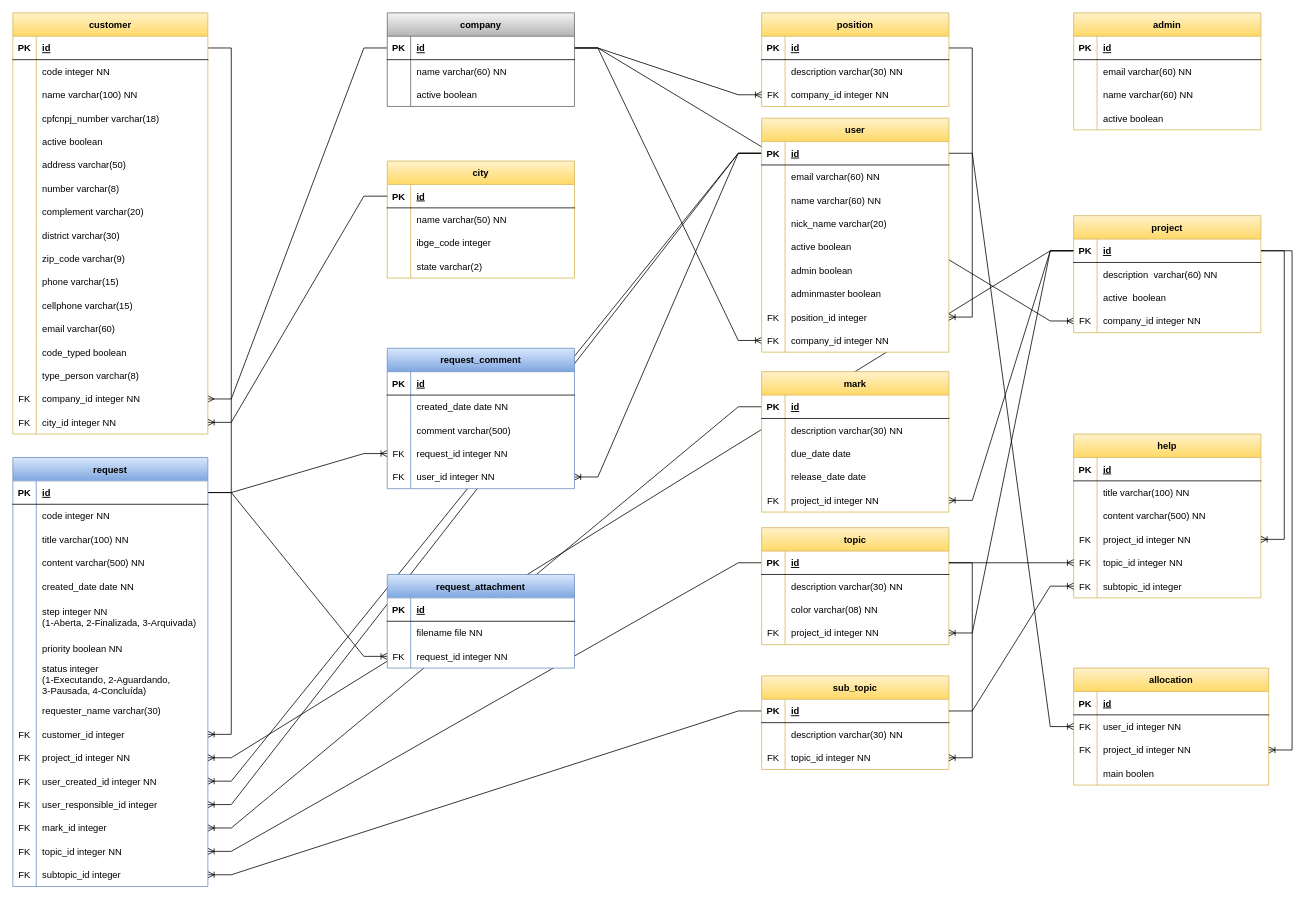
The draw.io diagram lib/docs/Entidades.drawio in edsoncosta-br/sfhelpdesk, before the edit. Source tidied: cells renumbered, new cells numbered last; positions are measured from the earlier drawing's top-left corner, leaving out a move shared by most shapes. Both pictures are drawn from the tidied source at 78%, with x=0, y=0 at pixel (12, 12).
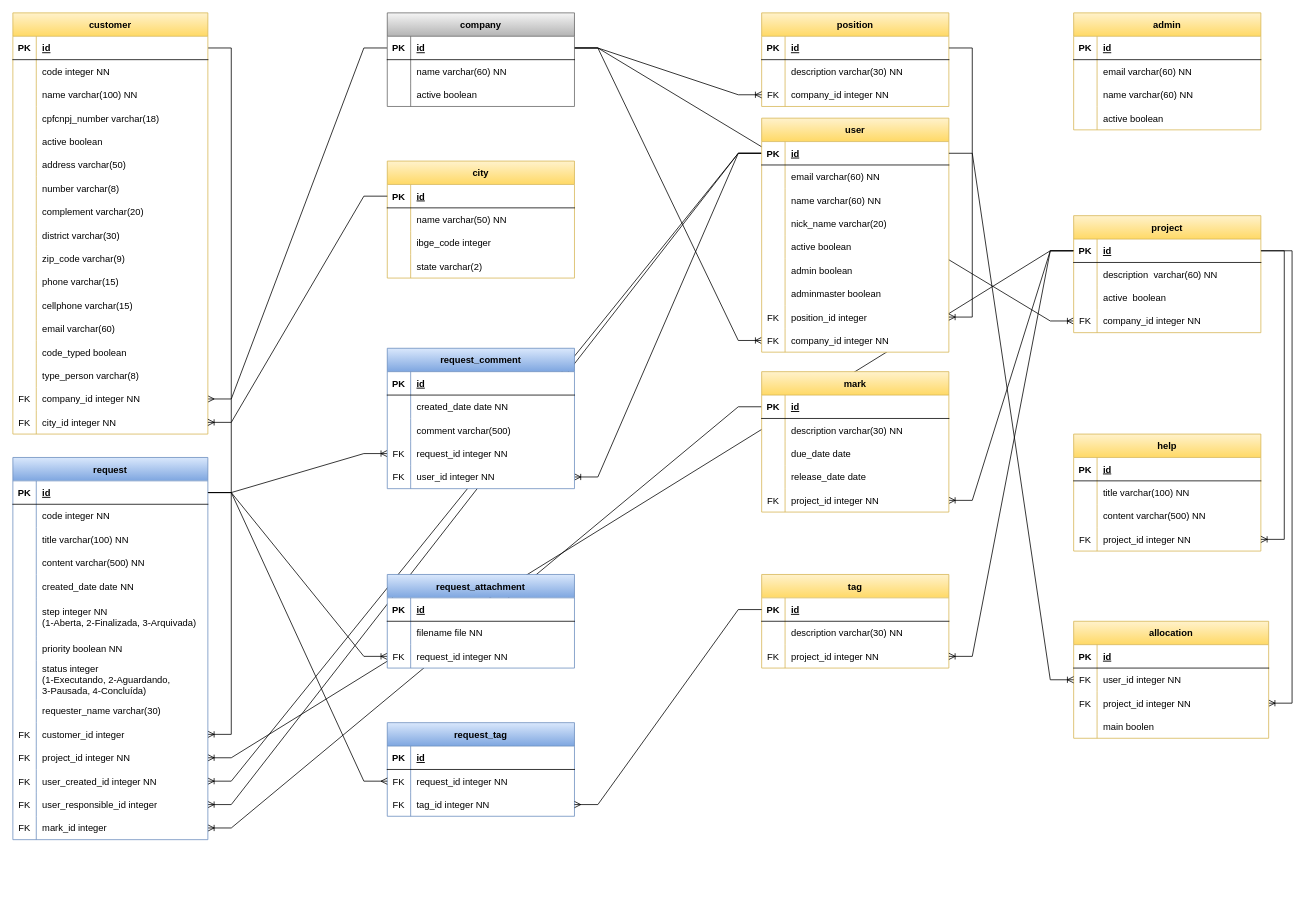
Above is the later version.

Unchanged cells that the change refers to:
```xml
<mxCell id="111" style="shape=tableRow;horizontal=0;startSize=0;swimlaneHead=0;swimlaneBody=0;fillColor=none;points=[[0,0.5],[1,0.5]];portConstraint=eastwest;top=0;left=0;right=0;bottom=1;" parent="110" vertex="1">
  <mxGeometry y="30" width="240" height="30" as="geometry" />
</mxCell>
<mxCell id="140" style="shape=tableRow;horizontal=0;startSize=0;swimlaneHead=0;swimlaneBody=0;fillColor=none;points=[[0,0.5],[1,0.5]];portConstraint=eastwest;top=0;left=0;right=0;bottom=1;" parent="139" vertex="1">
  <mxGeometry y="30" width="250" height="30" as="geometry" />
</mxCell>
<mxCell id="236" style="shape=tableRow;horizontal=0;startSize=0;swimlaneHead=0;swimlaneBody=0;fillColor=none;points=[[0,0.5],[1,0.5]];portConstraint=eastwest;top=0;left=0;right=0;bottom=0;" parent="229" vertex="1">
  <mxGeometry y="90" width="240" height="30" as="geometry" />
</mxCell>
<mxCell id="241" style="shape=tableRow;horizontal=0;startSize=0;swimlaneHead=0;swimlaneBody=0;fillColor=none;points=[[0,0.5],[1,0.5]];portConstraint=eastwest;top=0;left=0;right=0;bottom=1;" parent="240" vertex="1">
  <mxGeometry y="30" width="240" height="30" as="geometry" />
</mxCell>
```

What changed in the source:
```diff
@@
-    <mxCell id="2" style="edgeStyle=entityRelationEdgeStyle;fontSize=12;html=1;endArrow=ERoneToMany;rounded=0;" parent="1" edge="1" source="111" target="182">
-      <mxGeometry relative="1" as="geometry" />
-    </mxCell>
-    <mxCell id="3" style="edgeStyle=entityRelationEdgeStyle;fontSize=12;html=1;endArrow=ERoneToMany;rounded=0;" parent="1" edge="1" source="298" target="185">
-      <mxGeometry relative="1" as="geometry" />
-    </mxCell>
@@
-    <mxCell id="110" value="topic" style="shape=table;startSize=30;childLayout=tableLayout;rowLines=0;fontStyle=1;align=center;swimlaneFillColor=#FFFFFF;fillColor=#fff2cc;gradientColor=#ffd966;strokeColor=#d6b656;" parent="1" vertex="1">
-      <mxGeometry x="960" y="660" width="240" height="150" as="geometry" />
+    <mxCell id="110" value="tag" style="shape=table;startSize=30;childLayout=tableLayout;rowLines=0;fontStyle=1;align=center;swimlaneFillColor=#FFFFFF;fillColor=#fff2cc;gradientColor=#ffd966;strokeColor=#d6b656;" parent="1" vertex="1">
+      <mxGeometry x="960" y="720" width="240" height="120" as="geometry" />
     </mxCell>
@@
-    <mxCell id="117" style="shape=tableRow;horizontal=0;startSize=0;swimlaneHead=0;swimlaneBody=0;fillColor=none;top=0;left=0;right=0;bottom=0;" parent="110" vertex="1">
-      <mxGeometry y="90" width="240" height="30" as="geometry" />
-    </mxCell>
-    <mxCell id="118" style="shape=partialRectangle;fillColor=none;top=0;left=0;bottom=0;right=0;overflow=hidden;" parent="117" vertex="1">
-      <mxGeometry width="30" height="30" as="geometry" />
-    </mxCell>
-    <mxCell id="119" value="color varchar(08) NN" style="shape=partialRectangle;fillColor=none;top=0;left=0;bottom=0;right=0;align=left;spacingLeft=6;overflow=hidden;" parent="117" vertex="1">
-      <mxGeometry x="30" width="210" height="30" as="geometry" />
-    </mxCell>
     <mxCell id="120" style="shape=tableRow;horizontal=0;startSize=0;swimlaneHead=0;swimlaneBody=0;fillColor=none;points=[[0,0.5],[1,0.5]];portConstraint=eastwest;top=0;left=0;right=0;bottom=0;" parent="110" vertex="1">
-      <mxGeometry y="120" width="240" height="30" as="geometry" />
+      <mxGeometry y="90" width="240" height="30" as="geometry" />
     </mxCell>
@@
     <mxCell id="139" value="request" style="shape=table;startSize=30;childLayout=tableLayout;rowLines=0;fontStyle=1;align=center;swimlaneFillColor=#FFFFFF;fillColor=#dae8fc;strokeColor=#6c8ebf;gradientColor=#7ea6e0;" parent="1" vertex="1">
-      <mxGeometry y="570" width="250" height="550" as="geometry" />
+      <mxGeometry y="570" width="250" height="490" as="geometry" />
     </mxCell>
@@
-    <mxCell id="182" style="shape=tableRow;horizontal=0;startSize=0;swimlaneHead=0;swimlaneBody=0;fillColor=none;points=[[0,0.5],[1,0.5]];portConstraint=eastwest;top=0;left=0;right=0;bottom=0;" parent="139" vertex="1">
-      <mxGeometry y="490" width="250" height="30" as="geometry" />
-    </mxCell>
-    <mxCell id="183" value="FK" style="shape=partialRectangle;fillColor=none;top=0;left=0;bottom=0;right=0;overflow=hidden;" parent="182" vertex="1">
-      <mxGeometry width="30" height="30" as="geometry" />
-    </mxCell>
-    <mxCell id="184" value="topic_id integer NN" style="shape=partialRectangle;fillColor=none;top=0;left=0;bottom=0;right=0;align=left;spacingLeft=6;overflow=hidden;" parent="182" vertex="1">
-      <mxGeometry x="30" width="220" height="30" as="geometry" />
-    </mxCell>
-    <mxCell id="185" style="shape=tableRow;horizontal=0;startSize=0;swimlaneHead=0;swimlaneBody=0;fillColor=none;points=[[0,0.5],[1,0.5]];portConstraint=eastwest;top=0;left=0;right=0;bottom=0;" parent="139" vertex="1">
-      <mxGeometry y="520" width="250" height="30" as="geometry" />
-    </mxCell>
-    <mxCell id="186" value="FK" style="shape=partialRectangle;fillColor=none;top=0;left=0;bottom=0;right=0;overflow=hidden;" parent="185" vertex="1">
-      <mxGeometry width="30" height="30" as="geometry" />
-    </mxCell>
-    <mxCell id="187" value="subtopic_id integer" style="shape=partialRectangle;fillColor=none;top=0;left=0;bottom=0;right=0;align=left;spacingLeft=6;overflow=hidden;" parent="185" vertex="1">
-      <mxGeometry x="30" width="220" height="30" as="geometry" />
-    </mxCell>
@@
     <mxCell id="204" value="allocation" style="shape=table;startSize=30;childLayout=tableLayout;rowLines=0;fontStyle=1;align=center;swimlaneFillColor=#FFFFFF;fillColor=#fff2cc;strokeColor=#d6b656;gradientColor=#ffd966;" parent="1" vertex="1">
-      <mxGeometry x="1360" y="840" width="250" height="150" as="geometry" />
+      <mxGeometry x="1360" y="780" width="250" height="150" as="geometry" />
     </mxCell>
@@
     <mxCell id="277" value="help" style="shape=table;startSize=30;childLayout=tableLayout;rowLines=0;fontStyle=1;align=center;swimlaneFillColor=#FFFFFF;fillColor=#fff2cc;gradientColor=#ffd966;strokeColor=#d6b656;" parent="1" vertex="1">
-      <mxGeometry x="1360" y="540" width="240" height="210" as="geometry" />
+      <mxGeometry x="1360" y="540" width="240" height="150" as="geometry" />
     </mxCell>
@@
-    <mxCell id="290" style="shape=tableRow;horizontal=0;startSize=0;swimlaneHead=0;swimlaneBody=0;fillColor=none;points=[[0,0.5],[1,0.5]];portConstraint=eastwest;top=0;left=0;right=0;bottom=0;" parent="277" vertex="1">
-      <mxGeometry y="150" width="240" height="30" as="geometry" />
-    </mxCell>
-    <mxCell id="291" value="FK" style="shape=partialRectangle;fillColor=none;top=0;left=0;bottom=0;right=0;overflow=hidden;" parent="290" vertex="1">
-      <mxGeometry width="30" height="30" as="geometry" />
-    </mxCell>
-    <mxCell id="292" value="topic_id integer NN" style="shape=partialRectangle;fillColor=none;top=0;left=0;bottom=0;right=0;align=left;spacingLeft=6;overflow=hidden;" parent="290" vertex="1">
-      <mxGeometry x="30" width="210" height="30" as="geometry" />
-    </mxCell>
-    <mxCell id="293" style="shape=tableRow;horizontal=0;startSize=0;swimlaneHead=0;swimlaneBody=0;fillColor=none;points=[[0,0.5],[1,0.5]];portConstraint=eastwest;top=0;left=0;right=0;bottom=0;" parent="277" vertex="1">
-      <mxGeometry y="180" width="240" height="30" as="geometry" />
-    </mxCell>
-    <mxCell id="294" value="FK" style="shape=partialRectangle;fillColor=none;top=0;left=0;bottom=0;right=0;overflow=hidden;" parent="293" vertex="1">
-      <mxGeometry width="30" height="30" as="geometry" />
-    </mxCell>
-    <mxCell id="295" value="subtopic_id integer" style="shape=partialRectangle;fillColor=none;top=0;left=0;bottom=0;right=0;align=left;spacingLeft=6;overflow=hidden;" parent="293" vertex="1">
-      <mxGeometry x="30" width="210" height="30" as="geometry" />
-    </mxCell>
@@
-    <mxCell id="297" value="sub_topic" style="shape=table;startSize=30;childLayout=tableLayout;rowLines=0;fontStyle=1;align=center;swimlaneFillColor=#FFFFFF;fillColor=#fff2cc;gradientColor=#ffd966;strokeColor=#d6b656;" parent="1" vertex="1">
-      <mxGeometry x="960" y="850" width="240" height="120" as="geometry" />
-    </mxCell>
+    <mxCell id="310" style="edgeStyle=entityRelationEdgeStyle;fontSize=12;html=1;endArrow=ERoneToMany;rounded=0;" parent="1" edge="1" source="241" target="236">
+      <mxGeometry relative="1" as="geometry" />
+    </mxCell>
+    <mxCell id="311" value="request_tag" style="shape=table;startSize=30;childLayout=tableLayout;rowLines=0;fontStyle=1;align=center;swimlaneFillColor=#FFFFFF;fillColor=#dae8fc;strokeColor=#6c8ebf;gradientColor=#7ea6e0;" parent="1" vertex="1">
+      <mxGeometry x="480" y="910" width="240" height="120" as="geometry" />
+    </mxCell>
-    <mxCell id="298" style="shape=tableRow;horizontal=0;startSize=0;swimlaneHead=0;swimlaneBody=0;fillColor=none;points=[[0,0.5],[1,0.5]];portConstraint=eastwest;top=0;left=0;right=0;bottom=1;" parent="297" vertex="1">
+    <mxCell id="298" style="shape=tableRow;horizontal=0;startSize=0;swimlaneHead=0;swimlaneBody=0;fillColor=none;points=[[0,0.5],[1,0.5]];portConstraint=eastwest;top=0;left=0;right=0;bottom=1;" parent="311" vertex="1">
       <mxGeometry y="30" width="240" height="30" as="geometry" />
     </mxCell>
@@
-    <mxCell id="301" style="shape=tableRow;horizontal=0;startSize=0;swimlaneHead=0;swimlaneBody=0;fillColor=none;points=[[0,0.5],[1,0.5]];portConstraint=eastwest;top=0;left=0;right=0;bottom=0;" parent="297" vertex="1">
+    <mxCell id="301" style="shape=tableRow;horizontal=0;startSize=0;swimlaneHead=0;swimlaneBody=0;fillColor=none;points=[[0,0.5],[1,0.5]];portConstraint=eastwest;top=0;left=0;right=0;bottom=0;" parent="311" vertex="1">
       <mxGeometry y="60" width="240" height="30" as="geometry" />
     </mxCell>
-    <mxCell id="302" style="shape=partialRectangle;fillColor=none;top=0;left=0;bottom=0;right=0;overflow=hidden;" parent="301" vertex="1">
-      <mxGeometry width="30" height="30" as="geometry" />
-    </mxCell>
-    <mxCell id="303" value="description varchar(30) NN" style="shape=partialRectangle;fillColor=none;top=0;left=0;bottom=0;right=0;align=left;spacingLeft=6;overflow=hidden;" parent="301" vertex="1">
-      <mxGeometry x="30" width="210" height="30" as="geometry" />
-    </mxCell>
-    <mxCell id="304" style="shape=tableRow;horizontal=0;startSize=0;swimlaneHead=0;swimlaneBody=0;fillColor=none;points=[[0,0.5],[1,0.5]];portConstraint=eastwest;top=0;left=0;right=0;bottom=0;" parent="297" vertex="1">
-      <mxGeometry y="90" width="240" height="30" as="geometry" />
-    </mxCell>
-    <mxCell id="305" value="FK" style="shape=partialRectangle;fillColor=none;top=0;left=0;bottom=0;right=0;overflow=hidden;" parent="304" vertex="1">
-      <mxGeometry width="30" height="30" as="geometry" />
-    </mxCell>
-    <mxCell id="306" value="topic_id integer NN" style="shape=partialRectangle;fillColor=none;top=0;left=0;bottom=0;right=0;align=left;spacingLeft=6;overflow=hidden;" parent="304" vertex="1">
-      <mxGeometry x="30" width="210" height="30" as="geometry" />
-    </mxCell>
-    <mxCell id="307" style="edgeStyle=entityRelationEdgeStyle;fontSize=12;html=1;endArrow=ERoneToMany;rounded=0;" parent="1" edge="1" source="111" target="304">
-      <mxGeometry relative="1" as="geometry" />
-    </mxCell>
-    <mxCell id="308" style="edgeStyle=entityRelationEdgeStyle;fontSize=12;html=1;endArrow=ERoneToMany;rounded=0;" parent="1" edge="1" source="111" target="290">
-      <mxGeometry relative="1" as="geometry" />
-    </mxCell>
-    <mxCell id="309" style="edgeStyle=entityRelationEdgeStyle;fontSize=12;html=1;endArrow=ERoneToMany;rounded=0;" parent="1" edge="1" source="298" target="293">
-      <mxGeometry relative="1" as="geometry" />
-    </mxCell>
-    <mxCell id="310" style="edgeStyle=entityRelationEdgeStyle;fontSize=12;html=1;endArrow=ERoneToMany;rounded=0;" parent="1" edge="1" source="241" target="236">
-      <mxGeometry relative="1" as="geometry" />
-    </mxCell>
+    <mxCell id="312" value="FK" style="shape=partialRectangle;fillColor=none;top=0;left=0;bottom=0;right=0;overflow=hidden;" parent="301" vertex="1">
+      <mxGeometry width="30" height="30" as="geometry" />
+    </mxCell>
+    <mxCell id="313" value="request_id integer NN" style="shape=partialRectangle;fillColor=none;top=0;left=0;bottom=0;right=0;align=left;spacingLeft=6;overflow=hidden;" parent="301" vertex="1">
+      <mxGeometry x="30" width="210" height="30" as="geometry" />
+    </mxCell>
+    <mxCell id="314" style="shape=tableRow;horizontal=0;startSize=0;swimlaneHead=0;swimlaneBody=0;fillColor=none;points=[[0,0.5],[1,0.5]];portConstraint=eastwest;top=0;left=0;right=0;bottom=0;" parent="311" vertex="1">
+      <mxGeometry y="90" width="240" height="30" as="geometry" />
+    </mxCell>
+    <mxCell id="315" value="FK" style="shape=partialRectangle;fillColor=none;top=0;left=0;bottom=0;right=0;overflow=hidden;" parent="314" vertex="1">
+      <mxGeometry width="30" height="30" as="geometry" />
+    </mxCell>
+    <mxCell id="316" value="tag_id integer NN" style="shape=partialRectangle;fillColor=none;top=0;left=0;bottom=0;right=0;align=left;spacingLeft=6;overflow=hidden;" parent="314" vertex="1">
+      <mxGeometry x="30" width="210" height="30" as="geometry" />
+    </mxCell>
+    <mxCell id="317" style="edgeStyle=entityRelationEdgeStyle;fontSize=12;html=1;endArrow=ERmany;rounded=0;" parent="1" edge="1" source="140" target="301">
+      <mxGeometry relative="1" as="geometry" />
+    </mxCell>
+    <mxCell id="318" style="edgeStyle=entityRelationEdgeStyle;fontSize=12;html=1;endArrow=ERmany;rounded=0;" parent="1" edge="1" source="111" target="314">
+      <mxGeometry relative="1" as="geometry" />
+    </mxCell>
```
